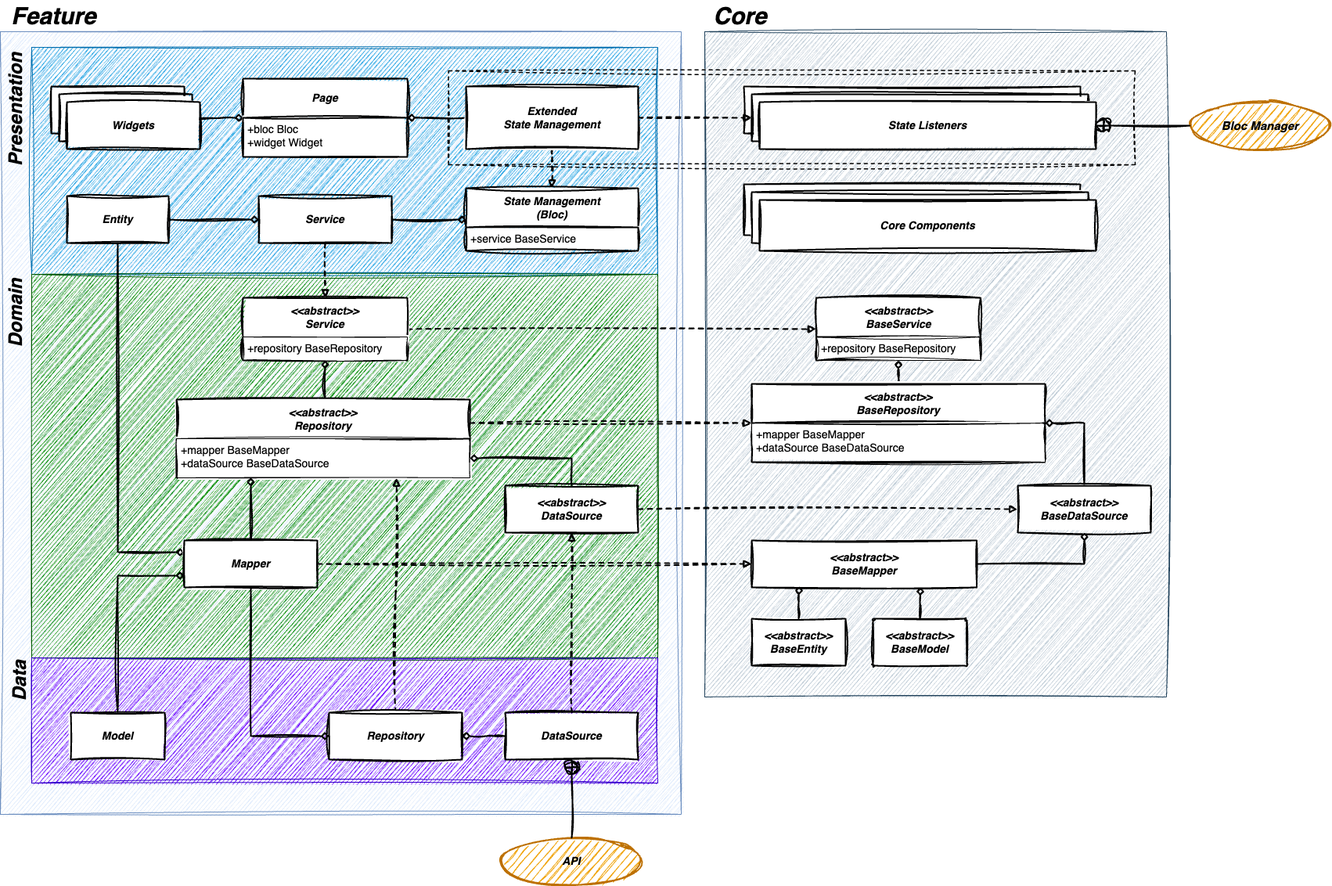
Above: architecture.drawio.png in hamed-rezaee/flutter_component_architecture_poc (draw.io), before the change. Source tidied: cells renumbered, new cells last; positions are measured from the earlier drawing's top-left corner, leaving out a move shared by most shapes.
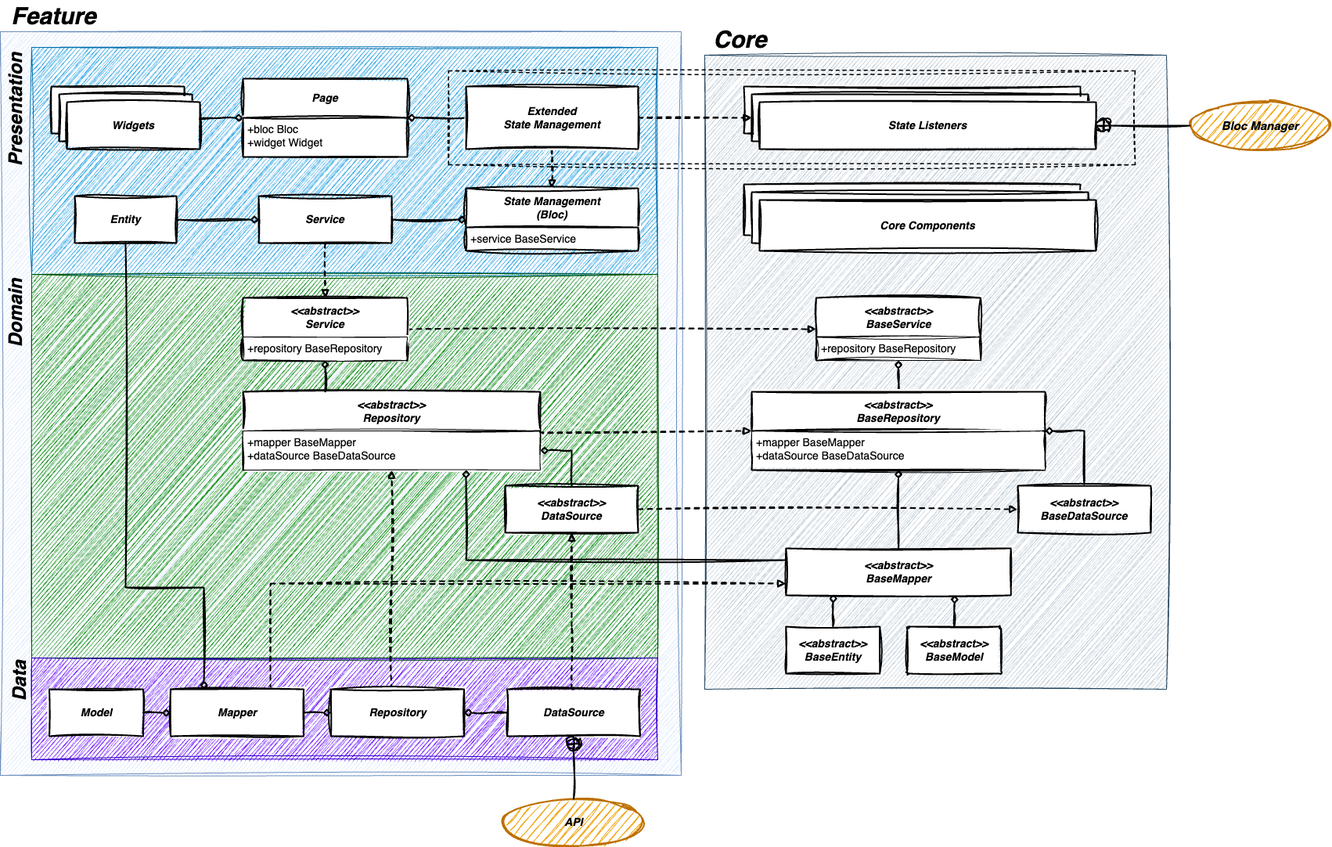
The same diagram one commit later.

Change to the diagram source:
```diff
@@ -5,3 +5,3 @@
     <mxCell id="2" style="rounded=0;whiteSpace=wrap;html=1;sketch=1;curveFitting=1;jiggle=2;fillColor=#dae8fc;strokeColor=#6c8ebf;" parent="1" vertex="1">
-      <mxGeometry y="40" width="870" height="1000" as="geometry" />
+      <mxGeometry y="40" width="870" height="950" as="geometry" />
     </mxCell>
@@ -14,6 +14,6 @@
     <mxCell id="5" style="rounded=0;whiteSpace=wrap;html=1;fillColor=#6a00ff;strokeColor=#3700CC;sketch=1;curveFitting=1;jiggle=2;fontColor=#ffffff;" parent="1" vertex="1">
-      <mxGeometry x="40" y="840" width="800" height="160" as="geometry" />
+      <mxGeometry x="40" y="840" width="800" height="130" as="geometry" />
     </mxCell>
     <mxCell id="6" style="rounded=0;whiteSpace=wrap;html=1;sketch=1;curveFitting=1;jiggle=2;fillColor=#bac8d3;strokeColor=#23445d;" parent="1" vertex="1">
-      <mxGeometry x="900" y="40" width="590" height="850" as="geometry" />
+      <mxGeometry x="900" y="70" width="590" height="810" as="geometry" />
     </mxCell>
@@ -22,10 +22,3 @@
     </mxCell>
-    <mxCell id="8" style="edgeStyle=orthogonalEdgeStyle;rounded=0;jettySize=auto;html=1;exitX=0.5;exitY=1;exitDx=0;exitDy=0;entryX=0;entryY=0.25;entryDx=0;entryDy=0;endArrow=diamond;endFill=0;sketch=1;curveFitting=1;jiggle=2;strokeWidth=2;" parent="1" edge="1" source="45" target="10">
-      <mxGeometry relative="1" as="geometry">
-        <Array as="points">
-          <mxPoint x="150" y="705" />
-        </Array>
-      </mxGeometry>
-    </mxCell>
-    <mxCell id="9" style="edgeStyle=orthogonalEdgeStyle;rounded=0;jettySize=auto;html=1;exitX=1;exitY=0.5;exitDx=0;exitDy=0;entryX=0;entryY=0.5;entryDx=0;entryDy=0;endArrow=block;endFill=0;sketch=1;curveFitting=1;jiggle=2;dashed=1;strokeWidth=2;" parent="1" edge="1" source="10" target="60">
+    <mxCell id="9" style="edgeStyle=orthogonalEdgeStyle;rounded=0;jettySize=auto;html=1;exitX=0.75;exitY=0;exitDx=0;exitDy=0;entryX=0;entryY=0.75;entryDx=0;entryDy=0;endArrow=block;endFill=0;sketch=1;curveFitting=1;jiggle=2;dashed=1;strokeWidth=2;" parent="1" edge="1" source="10" target="60">
       <mxGeometry relative="1" as="geometry" />
@@ -33,3 +26,3 @@
     <mxCell id="10" value="&lt;b&gt;&lt;i&gt;&lt;font style=&quot;font-size: 14px;&quot;&gt;Mapper&lt;br&gt;&lt;/font&gt;&lt;/i&gt;&lt;/b&gt;" style="rounded=0;whiteSpace=wrap;html=1;sketch=1;curveFitting=1;jiggle=2;fontSize=14;fontStyle=0;startSize=50;strokeWidth=2;shadow=0;dashed=0;arcSize=4;" parent="1" vertex="1">
-      <mxGeometry x="235" y="690" width="170" height="60" as="geometry" />
+      <mxGeometry x="217.5" y="880" width="170" height="60" as="geometry" />
     </mxCell>
@@ -50,11 +43,4 @@
     <mxCell id="14" value="&lt;b&gt;&lt;i&gt;&lt;font style=&quot;font-size: 14px;&quot;&gt;DataSource&lt;br&gt;&lt;/font&gt;&lt;/i&gt;&lt;/b&gt;" style="rounded=0;whiteSpace=wrap;html=1;sketch=1;curveFitting=1;jiggle=2;fontSize=14;fontStyle=0;startSize=50;strokeWidth=2;shadow=0;dashed=0;arcSize=4;" parent="1" vertex="1">
-      <mxGeometry x="645" y="910" width="170" height="60" as="geometry" />
+      <mxGeometry x="647.5" y="880" width="170" height="60" as="geometry" />
     </mxCell>
-    <mxCell id="15" style="edgeStyle=orthogonalEdgeStyle;rounded=0;jettySize=auto;html=1;endArrow=diamond;endFill=0;sketch=1;curveFitting=1;jiggle=2;strokeWidth=2;exitX=0.5;exitY=0;exitDx=0;exitDy=0;" parent="1" edge="1" source="17" target="21">
-      <mxGeometry relative="1" as="geometry">
-        <Array as="points">
-          <mxPoint x="415" y="509" />
-        </Array>
-      </mxGeometry>
-    </mxCell>
     <mxCell id="16" style="edgeStyle=orthogonalEdgeStyle;rounded=0;jettySize=auto;html=1;exitX=1;exitY=0.25;exitDx=0;exitDy=0;entryX=0;entryY=0.5;entryDx=0;entryDy=0;endArrow=block;endFill=0;sketch=1;curveFitting=1;jiggle=2;dashed=1;strokeWidth=2;" parent="1" edge="1" source="17" target="64">
@@ -62,3 +48,3 @@
         <Array as="points">
-          <mxPoint x="600" y="540" />
+          <mxPoint x="520" y="540" />
         </Array>
@@ -67,6 +53,6 @@
     <mxCell id="17" value="&lt;b style=&quot;border-color: var(--border-color); font-size: 12px;&quot;&gt;&lt;i style=&quot;border-color: var(--border-color);&quot;&gt;&lt;font style=&quot;border-color: var(--border-color); font-size: 14px;&quot;&gt;&amp;lt;&amp;lt;abstract&amp;gt;&amp;gt;&lt;br style=&quot;border-color: var(--border-color);&quot;&gt;Repository&lt;/font&gt;&lt;/i&gt;&lt;/b&gt;" style="swimlane;horizontal=1;startSize=50;rounded=0;fontSize=14;fontStyle=0;strokeWidth=2;shadow=0;dashed=0;align=center;arcSize=4;whiteSpace=wrap;html=1;fillStyle=auto;sketch=1;curveFitting=1;jiggle=2;swimlaneFillColor=default;swimlaneLine=1;glass=0;" parent="1" vertex="1">
-      <mxGeometry x="225" y="510" width="375" height="100" as="geometry" />
+      <mxGeometry x="310" y="500" width="380" height="100" as="geometry" />
     </mxCell>
     <mxCell id="18" value="&lt;font style=&quot;font-size: 14px;&quot;&gt;+mapper BaseMapper&lt;br&gt;+dataSource BaseDataSource&lt;/font&gt;" style="align=left;spacingLeft=4;fontSize=12;verticalAlign=top;html=1;sketch=1;curveFitting=1;jiggle=2;labelBackgroundColor=none;" parent="17" vertex="1">
-      <mxGeometry y="50" width="375" height="50" as="geometry" />
+      <mxGeometry y="50" width="380" height="50" as="geometry" />
     </mxCell>
@@ -81,7 +67,12 @@
     </mxCell>
-    <mxCell id="22" style="edgeStyle=orthogonalEdgeStyle;rounded=0;jettySize=auto;html=1;entryX=0.75;entryY=1;entryDx=0;entryDy=0;endArrow=block;endFill=0;sketch=1;curveFitting=1;jiggle=2;dashed=1;strokeWidth=2;" parent="1" edge="1" source="23" target="18">
-      <mxGeometry relative="1" as="geometry" />
+    <mxCell id="22" style="edgeStyle=orthogonalEdgeStyle;rounded=0;jettySize=auto;html=1;entryX=0.5;entryY=1;entryDx=0;entryDy=0;endArrow=block;endFill=0;sketch=1;curveFitting=1;jiggle=2;dashed=1;strokeWidth=2;" parent="1" edge="1" source="23" target="18">
+      <mxGeometry relative="1" as="geometry">
+        <Array as="points">
+          <mxPoint x="500" y="740" />
+          <mxPoint x="500" y="740" />
+        </Array>
+      </mxGeometry>
     </mxCell>
     <mxCell id="23" value="&lt;b&gt;&lt;i&gt;&lt;font style=&quot;font-size: 14px;&quot;&gt;Repository&lt;br&gt;&lt;/font&gt;&lt;/i&gt;&lt;/b&gt;" style="rounded=0;whiteSpace=wrap;html=1;sketch=1;curveFitting=1;jiggle=2;fontSize=14;fontStyle=0;startSize=50;strokeWidth=2;shadow=0;dashed=0;arcSize=4;" parent="1" vertex="1">
-      <mxGeometry x="420" y="910" width="170" height="60" as="geometry" />
+      <mxGeometry x="422.5" y="880" width="170" height="60" as="geometry" />
     </mxCell>
@@ -123,3 +114,3 @@
     <mxCell id="35" value="&lt;font style=&quot;font-size: 14px;&quot;&gt;&lt;i&gt;API&lt;/i&gt;&lt;/font&gt;" style="ellipse;whiteSpace=wrap;html=1;fontStyle=1;fontSize=12;fillColor=#f0a30a;strokeColor=#BD7000;sketch=1;curveFitting=1;jiggle=2;strokeWidth=2;fontColor=#000000;" parent="1" vertex="1">
-      <mxGeometry x="640" y="1070" width="180" height="60" as="geometry" />
+      <mxGeometry x="642.5" y="1020" width="180" height="60" as="geometry" />
     </mxCell>
@@ -156,4 +147,7 @@
     </mxCell>
+    <mxCell id="53" style="edgeStyle=orthogonalEdgeStyle;rounded=0;jettySize=auto;html=1;exitX=1;exitY=0.5;exitDx=0;exitDy=0;entryX=0;entryY=0.5;entryDx=0;entryDy=0;endArrow=diamond;endFill=0;sketch=1;curveFitting=1;jiggle=2;strokeWidth=2;" parent="1" edge="1" source="43" target="10">
+      <mxGeometry relative="1" as="geometry" />
+    </mxCell>
     <mxCell id="43" value="&lt;b&gt;&lt;i&gt;&lt;font style=&quot;font-size: 14px;&quot;&gt;Model&lt;/font&gt;&lt;/i&gt;&lt;/b&gt;" style="rounded=0;whiteSpace=wrap;html=1;sketch=1;curveFitting=1;jiggle=2;fontSize=14;fontStyle=0;startSize=50;strokeWidth=2;shadow=0;dashed=0;arcSize=4;" parent="1" vertex="1">
-      <mxGeometry x="90" y="910" width="120" height="60" as="geometry" />
+      <mxGeometry x="62.5" y="880" width="120" height="60" as="geometry" />
     </mxCell>
@@ -163,6 +157,6 @@
     <mxCell id="45" value="&lt;b&gt;&lt;i&gt;&lt;font style=&quot;font-size: 14px;&quot;&gt;Entity&lt;br&gt;&lt;/font&gt;&lt;/i&gt;&lt;/b&gt;" style="rounded=0;whiteSpace=wrap;html=1;sketch=1;curveFitting=1;jiggle=2;fontSize=14;fontStyle=0;startSize=50;strokeWidth=2;shadow=0;dashed=0;arcSize=4;" parent="1" vertex="1">
-      <mxGeometry x="85" y="250" width="130" height="60" as="geometry" />
+      <mxGeometry x="95" y="250" width="130" height="60" as="geometry" />
     </mxCell>
     <mxCell id="46" value="&lt;font style=&quot;font-size: 30px;&quot;&gt;Core&lt;/font&gt;" style="text;strokeColor=none;fillColor=none;html=1;fontSize=24;fontStyle=3;verticalAlign=middle;align=center;sketch=1;curveFitting=1;jiggle=2;" parent="1" vertex="1">
-      <mxGeometry x="910" width="70" height="40" as="geometry" />
+      <mxGeometry x="910" y="30" width="70" height="40" as="geometry" />
     </mxCell>
@@ -186,19 +180,3 @@
     </mxCell>
-    <mxCell id="53" style="edgeStyle=orthogonalEdgeStyle;jettySize=auto;html=1;exitX=0.5;exitY=0;exitDx=0;exitDy=0;entryX=0;entryY=0.75;entryDx=0;entryDy=0;endArrow=diamond;endFill=0;sketch=1;curveFitting=1;jiggle=2;strokeWidth=2;rounded=0;" parent="1" edge="1" source="43" target="10">
-      <mxGeometry relative="1" as="geometry">
-        <Array as="points">
-          <mxPoint x="150" y="735" />
-        </Array>
-      </mxGeometry>
-    </mxCell>
-    <mxCell id="54" style="edgeStyle=orthogonalEdgeStyle;rounded=0;jettySize=auto;html=1;endArrow=diamond;endFill=0;exitX=0.5;exitY=0;exitDx=0;exitDy=0;sketch=1;curveFitting=1;jiggle=2;strokeWidth=2;" parent="1" edge="1" source="10">
-      <mxGeometry relative="1" as="geometry">
-        <mxPoint x="320" y="610" as="targetPoint" />
-        <Array as="points">
-          <mxPoint x="320" y="610" />
-          <mxPoint x="320" y="610" />
-        </Array>
-      </mxGeometry>
-    </mxCell>
-    <mxCell id="55" style="edgeStyle=orthogonalEdgeStyle;rounded=0;jettySize=auto;html=1;exitX=0.5;exitY=1;exitDx=0;exitDy=0;entryX=0;entryY=0.5;entryDx=0;entryDy=0;endArrow=diamond;endFill=0;sketch=1;curveFitting=1;jiggle=2;strokeWidth=2;" parent="1" edge="1" source="10" target="23">
+    <mxCell id="55" style="edgeStyle=orthogonalEdgeStyle;rounded=0;jettySize=auto;html=1;exitX=1;exitY=0.5;exitDx=0;exitDy=0;entryX=0;entryY=0.5;entryDx=0;entryDy=0;endArrow=diamond;endFill=0;sketch=1;curveFitting=1;jiggle=2;strokeWidth=2;" parent="1" edge="1" source="10" target="23">
       <mxGeometry relative="1" as="geometry" />
@@ -208,4 +186,4 @@
         <Array as="points">
-          <mxPoint x="630" y="940" />
-          <mxPoint x="630" y="940" />
+          <mxPoint x="632.5" y="910" />
+          <mxPoint x="632.5" y="910" />
         </Array>
@@ -214,12 +192,12 @@
     <mxCell id="57" value="&lt;b style=&quot;border-color: var(--border-color);&quot;&gt;&lt;i style=&quot;border-color: var(--border-color);&quot;&gt;&amp;lt;&amp;lt;abstract&amp;gt;&amp;gt;&lt;br&gt;&lt;/i&gt;&lt;/b&gt;&lt;b&gt;&lt;i&gt;&lt;font style=&quot;font-size: 14px;&quot;&gt;BaseModel&lt;/font&gt;&lt;/i&gt;&lt;/b&gt;" style="rounded=1;whiteSpace=wrap;html=1;sketch=1;curveFitting=1;jiggle=2;fontSize=14;fontStyle=0;startSize=50;strokeWidth=2;shadow=0;dashed=0;arcSize=4;" parent="1" vertex="1">
-      <mxGeometry x="1115" y="790" width="120" height="60" as="geometry" />
+      <mxGeometry x="1158.8" y="800" width="120" height="60" as="geometry" />
     </mxCell>
     <mxCell id="58" value="&lt;b style=&quot;border-color: var(--border-color);&quot;&gt;&lt;i style=&quot;border-color: var(--border-color);&quot;&gt;&amp;lt;&amp;lt;abstract&amp;gt;&amp;gt;&lt;br&gt;&lt;/i&gt;&lt;/b&gt;&lt;b&gt;&lt;i&gt;&lt;font style=&quot;font-size: 14px;&quot;&gt;BaseEntity&lt;/font&gt;&lt;/i&gt;&lt;/b&gt;" style="rounded=0;whiteSpace=wrap;html=1;sketch=1;curveFitting=1;jiggle=2;fontSize=14;fontStyle=0;startSize=50;strokeWidth=2;shadow=0;dashed=0;arcSize=4;" parent="1" vertex="1">
-      <mxGeometry x="960" y="790" width="120" height="60" as="geometry" />
+      <mxGeometry x="1003.8" y="800" width="120" height="60" as="geometry" />
     </mxCell>
-    <mxCell id="59" style="edgeStyle=orthogonalEdgeStyle;rounded=0;jettySize=auto;html=1;exitX=1;exitY=0.5;exitDx=0;exitDy=0;entryX=0.5;entryY=1;entryDx=0;entryDy=0;endArrow=diamond;endFill=0;sketch=1;curveFitting=1;jiggle=2;strokeWidth=2;" parent="1" edge="1" source="60" target="62">
-      <mxGeometry relative="1" as="geometry" />
-    </mxCell>
+    <mxCell id="75" style="edgeStyle=orthogonalEdgeStyle;rounded=0;jettySize=auto;html=1;exitX=0;exitY=0.25;exitDx=0;exitDy=0;entryX=0.75;entryY=1;entryDx=0;entryDy=0;endArrow=diamond;endFill=0;sketch=1;curveFitting=1;jiggle=2;strokeWidth=2;" parent="1" edge="1" source="60" target="18">
+      <mxGeometry relative="1" as="geometry" />
+    </mxCell>
     <mxCell id="60" value="&lt;b&gt;&lt;i&gt;&lt;font style=&quot;font-size: 14px;&quot;&gt;&amp;lt;&amp;lt;abstract&amp;gt;&amp;gt;&lt;br&gt;BaseMapper&lt;br&gt;&lt;/font&gt;&lt;/i&gt;&lt;/b&gt;" style="rounded=0;whiteSpace=wrap;html=1;sketch=1;curveFitting=1;jiggle=2;fontSize=14;fontStyle=0;startSize=50;strokeWidth=2;shadow=0;dashed=0;arcSize=4;" parent="1" vertex="1">
-      <mxGeometry x="960" y="690" width="287.5" height="60" as="geometry" />
+      <mxGeometry x="1003.8" y="700" width="287.5" height="60" as="geometry" />
     </mxCell>
@@ -228,3 +206,3 @@
         <Array as="points">
-          <mxPoint x="1385" y="540" />
+          <mxPoint x="1385" y="550" />
         </Array>
@@ -239,3 +217,3 @@
     <mxCell id="64" value="&lt;b style=&quot;border-color: var(--border-color); font-size: 12px;&quot;&gt;&lt;i style=&quot;border-color: var(--border-color);&quot;&gt;&lt;font style=&quot;border-color: var(--border-color); font-size: 14px;&quot;&gt;&amp;lt;&amp;lt;abstract&amp;gt;&amp;gt;&lt;br style=&quot;border-color: var(--border-color);&quot;&gt;BaseRepository&lt;/font&gt;&lt;/i&gt;&lt;/b&gt;" style="swimlane;horizontal=1;startSize=50;rounded=0;fontSize=14;fontStyle=0;strokeWidth=2;shadow=0;dashed=0;align=center;arcSize=4;whiteSpace=wrap;html=1;fillStyle=auto;sketch=1;curveFitting=1;jiggle=2;swimlaneFillColor=default;swimlaneLine=1;glass=0;" parent="1" vertex="1">
-      <mxGeometry x="960" y="490" width="375" height="100" as="geometry" />
+      <mxGeometry x="960" y="500" width="375" height="100" as="geometry" />
     </mxCell>
@@ -271,2 +249,21 @@
     </mxCell>
+    <mxCell id="76" style="edgeStyle=orthogonalEdgeStyle;rounded=0;jettySize=auto;html=1;exitX=0.5;exitY=0;exitDx=0;exitDy=0;entryX=0.5;entryY=1;entryDx=0;entryDy=0;endArrow=diamond;endFill=0;sketch=1;curveFitting=1;jiggle=2;strokeWidth=2;" parent="1" edge="1" source="60" target="65">
+      <mxGeometry relative="1" as="geometry" />
+    </mxCell>
+    <mxCell id="8" style="edgeStyle=orthogonalEdgeStyle;rounded=0;jettySize=auto;html=1;exitX=0.5;exitY=1;exitDx=0;exitDy=0;entryX=0.25;entryY=0;entryDx=0;entryDy=0;endArrow=diamond;endFill=0;sketch=1;curveFitting=1;jiggle=2;strokeWidth=2;" parent="1" edge="1" source="45" target="10">
+      <mxGeometry relative="1" as="geometry">
+        <Array as="points">
+          <mxPoint x="160" y="750" />
+          <mxPoint x="260" y="750" />
+        </Array>
+      </mxGeometry>
+    </mxCell>
+    <mxCell id="15" style="edgeStyle=orthogonalEdgeStyle;rounded=0;jettySize=auto;html=1;endArrow=diamond;endFill=0;sketch=1;curveFitting=1;jiggle=2;strokeWidth=2;" parent="1" edge="1" target="21">
+      <mxGeometry relative="1" as="geometry">
+        <mxPoint x="415" y="500" as="sourcePoint" />
+        <Array as="points">
+          <mxPoint x="415" y="500" />
+        </Array>
+      </mxGeometry>
+    </mxCell>
   </root>
```
